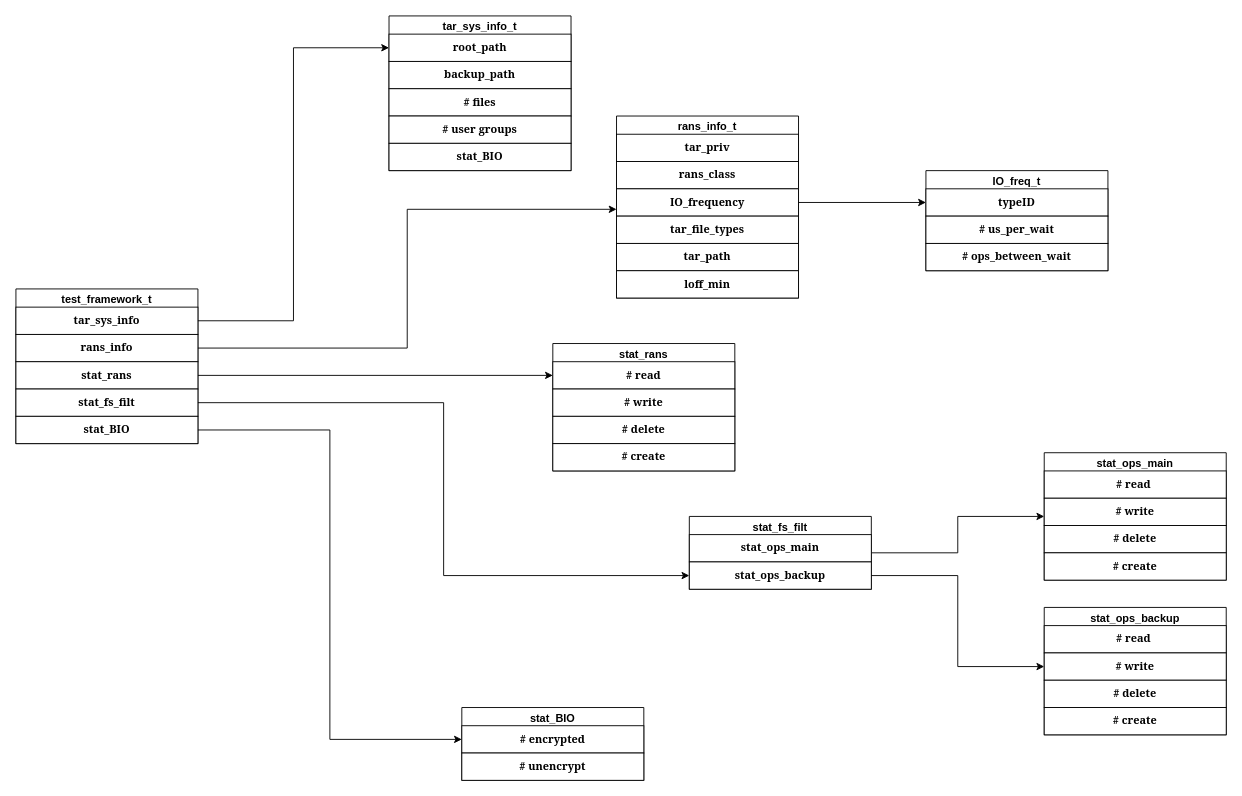
Before: imgs/data structure.drawio in MooMooHorse/ransomware_set, a draw.io diagram. Source tidied: cells renumbered, new cells numbered last; positions are measured from the earlier drawing's top-left corner, leaving out a move shared by most shapes. Both pictures are drawn from the tidied source at 91%, with x=0, y=0 at pixel (15, 15).
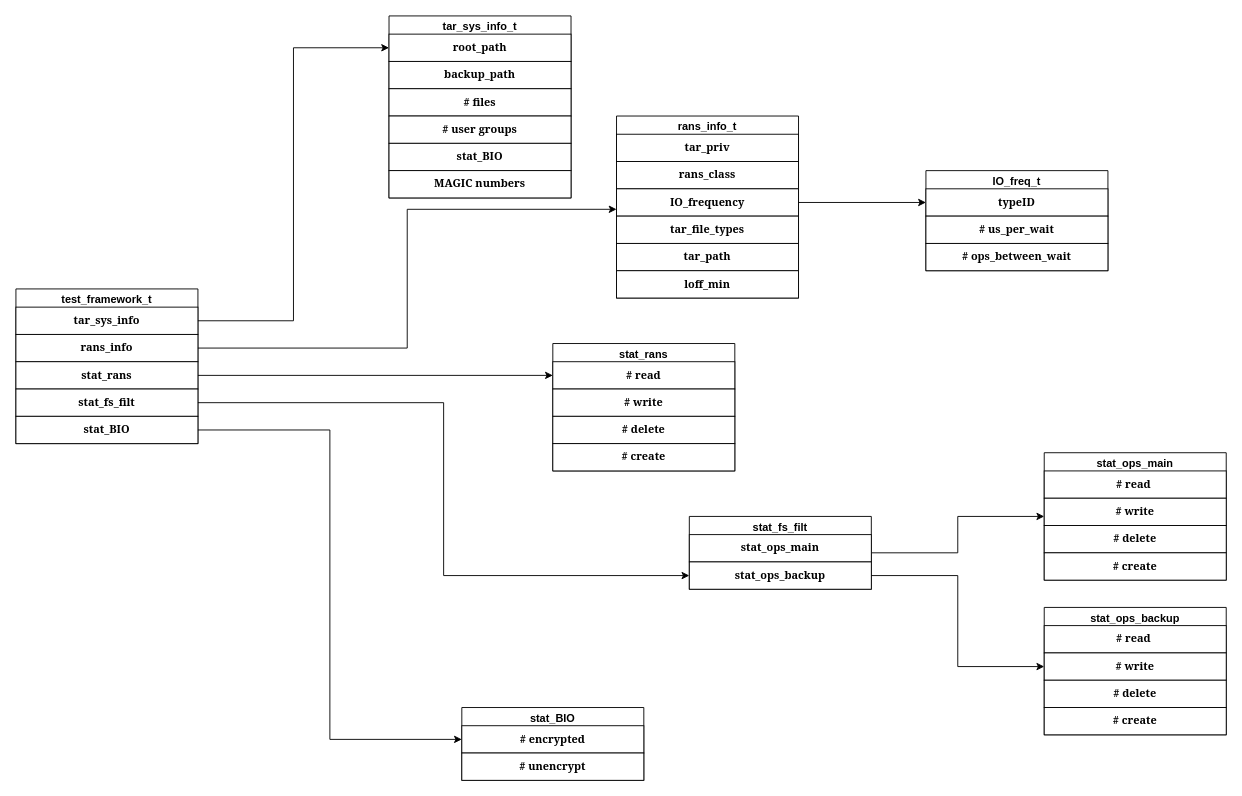
The same page after the edit.

The edit, as a diff of the source:
```diff
@@
     <mxCell id="8" value="tar_sys_info_t" style="swimlane;whiteSpace=wrap;html=1;" parent="1" vertex="1">
-      <mxGeometry x="410" width="200" height="170" as="geometry" />
+      <mxGeometry x="410" width="200" height="200" as="geometry" />
     </mxCell>
@@
+    <mxCell id="54" value="&lt;font face=&quot;Georgia&quot;&gt;&lt;b&gt;MAGIC numbers&lt;/b&gt;&lt;/font&gt;" style="whiteSpace=wrap;html=1;" parent="8" vertex="1">
+      <mxGeometry y="170" width="200" height="30" as="geometry" />
+    </mxCell>
```
